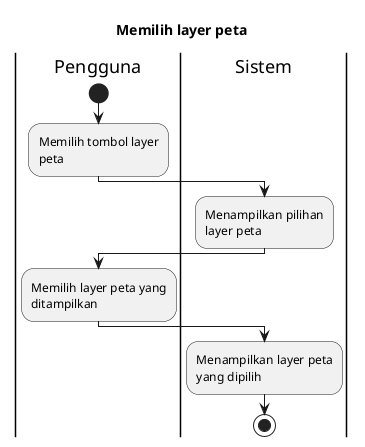
bagusNA/appl-diagrams keeps this PlantUML diagram as export/Activity Diagrams/UC-MAP - Peta Bencana/UC-MAP-005 - Memilih layer peta.png. Above is the earlier version.
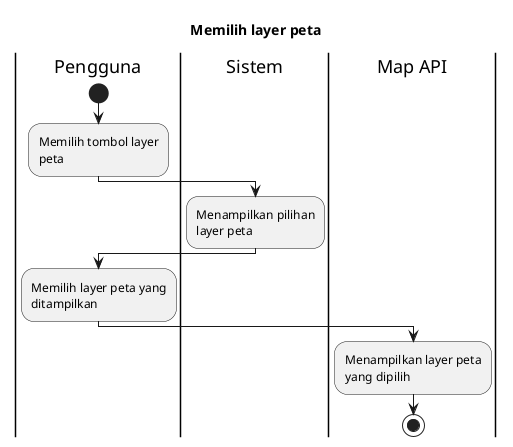
The same file after the commit.

What changed in the source:
```diff
@@ -13,7 +13,7 @@
 |Pengguna|
 :Memilih layer peta yang ditampilkan;
 
-|Sistem|
+|Map API|
 :Menampilkan layer peta yang dipilih;
 
 stop
```
